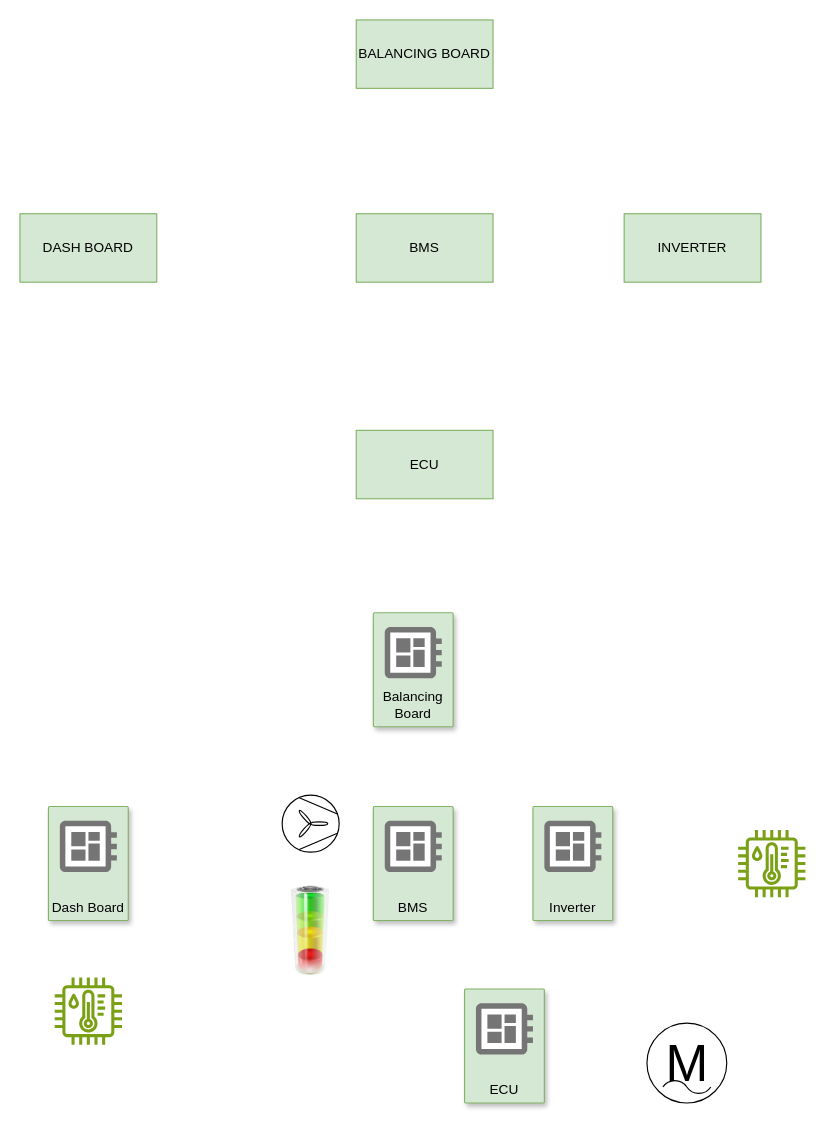
This is schema_elettrico_moto.drawio from chiarafranco12/PMF_UMLs, a draw.io file, before an edit. Source tidied: cells renumbered, new cells numbered last; positions are measured from the earlier drawing's top-left corner, leaving out a move shared by most shapes. Both pictures are drawn from the tidied source at 114%, with x=0, y=0 at pixel (19, 19).
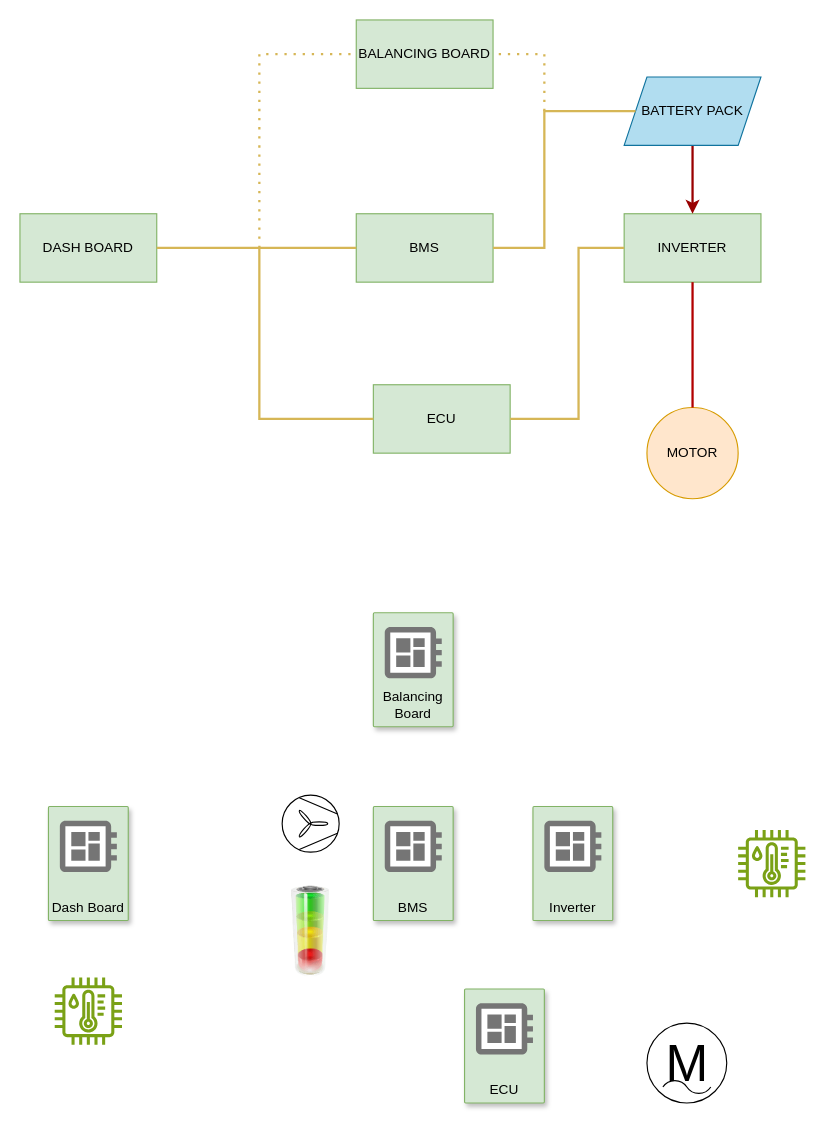
After the change.

Unchanged cells that the change refers to:
```xml
<mxCell id="3" value="BALANCING BOARD" style="whiteSpace=wrap;html=1;fillColor=#d5e8d4;strokeColor=#82b366;" parent="1" vertex="1">
  <mxGeometry x="295" width="120" height="60" as="geometry" />
</mxCell>
<mxCell id="4" value="DASH BOARD" style="whiteSpace=wrap;html=1;fillColor=#d5e8d4;strokeColor=#82b366;" parent="1" vertex="1">
  <mxGeometry y="170" width="120" height="60" as="geometry" />
</mxCell>
<mxCell id="5" value="BMS" style="whiteSpace=wrap;html=1;fillColor=#d5e8d4;strokeColor=#82b366;" parent="1" vertex="1">
  <mxGeometry x="295" y="170" width="120" height="60" as="geometry" />
</mxCell>
<mxCell id="18" value="INVERTER" style="whiteSpace=wrap;html=1;fillColor=#d5e8d4;strokeColor=#82b366;" parent="1" vertex="1">
  <mxGeometry x="530" y="170" width="120" height="60" as="geometry" />
</mxCell>
```

Diff of the diagram source:
```diff
@@
     <mxCell id="2" value="ECU" style="rounded=0;whiteSpace=wrap;html=1;fillColor=#d5e8d4;strokeColor=#82b366;" parent="1" vertex="1">
-      <mxGeometry x="295" y="360" width="120" height="60" as="geometry" />
+      <mxGeometry x="310" y="320" width="120" height="60" as="geometry" />
     </mxCell>
@@
+    <mxCell id="22" style="endArrow=none;html=1;rounded=0;entryX=0;entryY=0.5;entryDx=0;entryDy=0;fillColor=#fff2cc;strokeColor=#d6b656;strokeWidth=2;" parent="1" edge="1" target="5">
+      <mxGeometry relative="1" as="geometry">
+        <mxPoint x="210" y="200" as="sourcePoint" />
+      </mxGeometry>
+    </mxCell>
+    <mxCell id="23" style="endArrow=none;html=1;rounded=0;entryX=0;entryY=0.5;entryDx=0;entryDy=0;exitX=1;exitY=0.5;exitDx=0;exitDy=0;fillColor=#fff2cc;strokeColor=#d6b656;strokeWidth=2;" parent="1" edge="1" source="4" target="2">
+      <mxGeometry relative="1" as="geometry">
+        <Array as="points">
+          <mxPoint x="210" y="200" />
+          <mxPoint x="210" y="330" />
+          <mxPoint x="210" y="350" />
+        </Array>
+      </mxGeometry>
+    </mxCell>
+    <mxCell id="24" style="endArrow=none;html=1;rounded=0;exitX=1;exitY=0.5;exitDx=0;exitDy=0;entryX=0;entryY=0.5;entryDx=0;entryDy=0;fillColor=#fff2cc;strokeColor=#d6b656;curved=0;strokeWidth=2;" parent="1" edge="1" source="2" target="18">
+      <mxGeometry relative="1" as="geometry">
+        <Array as="points">
+          <mxPoint x="490" y="350" />
+          <mxPoint x="490" y="200" />
+        </Array>
+      </mxGeometry>
+    </mxCell>
+    <mxCell id="25" style="endArrow=none;dashed=1;html=1;dashPattern=1 3;strokeWidth=2;rounded=0;entryX=0;entryY=0.5;entryDx=0;entryDy=0;fillColor=#fff2cc;strokeColor=#d6b656;" parent="1" edge="1" target="3">
+      <mxGeometry relative="1" as="geometry">
+        <mxPoint x="210" y="200" as="sourcePoint" />
+        <Array as="points">
+          <mxPoint x="210" y="130" />
+          <mxPoint x="210" y="30" />
+        </Array>
+      </mxGeometry>
+    </mxCell>
+    <mxCell id="26" value="MOTOR" style="ellipse;whiteSpace=wrap;html=1;fillColor=#ffe6cc;strokeColor=#d79b00;" parent="1" vertex="1">
+      <mxGeometry x="550" y="340" width="80" height="80" as="geometry" />
+    </mxCell>
+    <mxCell id="27" style="endArrow=none;html=1;rounded=0;entryX=0.5;entryY=1;entryDx=0;entryDy=0;exitX=0.5;exitY=0;exitDx=0;exitDy=0;fillColor=#e51400;strokeColor=#B20000;strokeWidth=2;" parent="1" edge="1" source="26" target="18">
+      <mxGeometry relative="1" as="geometry" />
+    </mxCell>
+    <mxCell id="28" style="edgeStyle=orthogonalEdgeStyle;rounded=0;jettySize=auto;html=1;exitX=0.5;exitY=1;exitDx=0;exitDy=0;entryX=0.5;entryY=0;entryDx=0;entryDy=0;strokeWidth=2;strokeColor=#990000;" parent="1" edge="1" source="29" target="18">
+      <mxGeometry relative="1" as="geometry" />
+    </mxCell>
+    <mxCell id="29" value="BATTERY PACK" style="shape=parallelogram;perimeter=parallelogramPerimeter;whiteSpace=wrap;html=1;fixedSize=1;fillColor=#b1ddf0;strokeColor=#10739e;" parent="1" vertex="1">
+      <mxGeometry x="530" y="50" width="120" height="60" as="geometry" />
+    </mxCell>
+    <mxCell id="30" style="endArrow=none;html=1;rounded=0;exitX=1;exitY=0.5;exitDx=0;exitDy=0;entryX=0;entryY=0.5;entryDx=0;entryDy=0;strokeWidth=2;fillColor=#fff2cc;strokeColor=#d6b656;" parent="1" edge="1" source="5" target="29">
+      <mxGeometry relative="1" as="geometry">
+        <Array as="points">
+          <mxPoint x="460" y="200" />
+          <mxPoint x="460" y="80" />
+        </Array>
+      </mxGeometry>
+    </mxCell>
+    <mxCell id="31" style="endArrow=none;dashed=1;html=1;dashPattern=1 3;strokeWidth=2;rounded=0;entryX=1;entryY=0.5;entryDx=0;entryDy=0;fillColor=#fff2cc;strokeColor=#d6b656;" parent="1" edge="1" target="3">
+      <mxGeometry relative="1" as="geometry">
+        <mxPoint x="460" y="80" as="sourcePoint" />
+        <Array as="points">
+          <mxPoint x="460" y="30" />
+        </Array>
+      </mxGeometry>
+    </mxCell>
```
